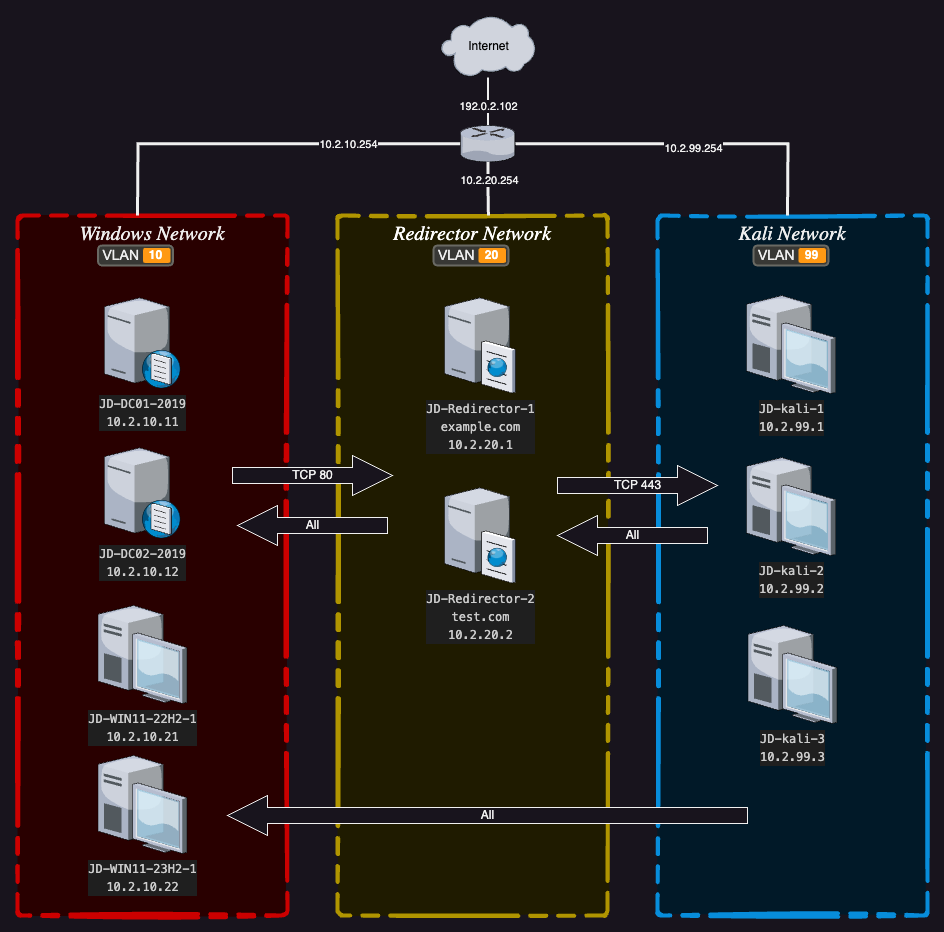
Above: docs/static/img/envs/complex-red-team-network.png in badsectorlabs/ludus (draw.io), before the change. Source tidied: cells renumbered, new cells last; positions are measured from the earlier drawing's top-left corner, leaving out a move shared by most shapes.
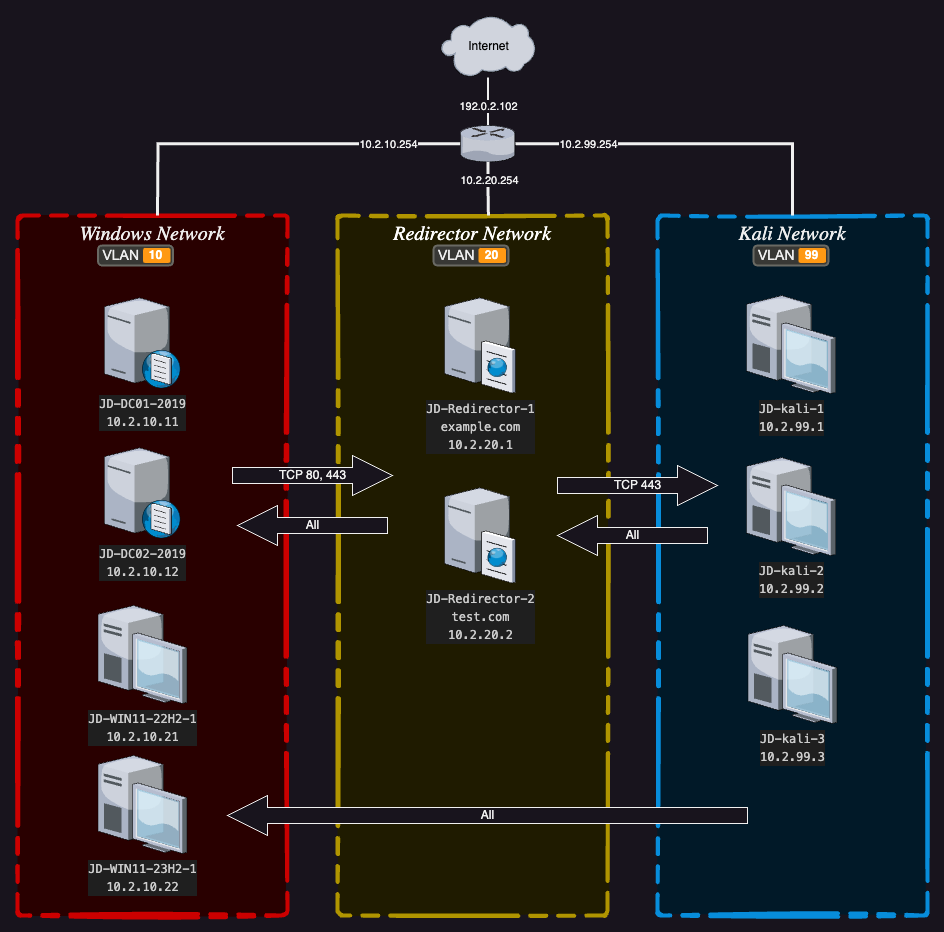
After the commit.

Commit message:
docs: 📚 minor fixup to complex network diagram

What changed in the source:
```diff
@@ -49,12 +49,12 @@
     </mxCell>
     <mxCell id="17" style="edgeStyle=orthogonalEdgeStyle;rounded=0;jettySize=auto;html=1;endArrow=none;endFill=0;strokeWidth=3;elbow=vertical;" parent="1" edge="1" source="29">
       <mxGeometry relative="1" as="geometry">
-        <mxPoint x="120" y="200" as="targetPoint" />
+        <mxPoint x="140" y="200" as="targetPoint" />
       </mxGeometry>
     </mxCell>
     <mxCell id="18" value="10.2.10.254" style="edgeLabel;html=1;align=center;verticalAlign=middle;" parent="17" vertex="1">
       <mxGeometry x="-0.34" y="-1" relative="1" as="geometry">
-        <mxPoint x="16" y="1" as="offset" />
+        <mxPoint x="50" y="1" as="offset" />
       </mxGeometry>
     </mxCell>
     <mxCell id="19" style="edgeStyle=orthogonalEdgeStyle;rounded=0;jettySize=auto;html=1;strokeWidth=2;endArrow=none;endFill=0;" parent="1" edge="1" source="29" target="21">
@@ -80,16 +80,16 @@
     <mxCell id="25" value="TCP 443" style="html=1;shadow=0;dashed=0;align=center;verticalAlign=middle;shape=mxgraph.arrows2.arrow;dy=0.6;dx=40;notch=0;" parent="1" vertex="1">
       <mxGeometry x="540" y="450" width="160" height="40" as="geometry" />
     </mxCell>
-    <mxCell id="26" value="TCP 80" style="html=1;shadow=0;dashed=0;align=center;verticalAlign=middle;shape=mxgraph.arrows2.arrow;dy=0.6;dx=40;notch=0;" parent="1" vertex="1">
+    <mxCell id="26" value="TCP 80, 443" style="html=1;shadow=0;dashed=0;align=center;verticalAlign=middle;shape=mxgraph.arrows2.arrow;dy=0.6;dx=40;notch=0;" parent="1" vertex="1">
       <mxGeometry x="215" y="440" width="160" height="40" as="geometry" />
     </mxCell>
-    <mxCell id="27" style="edgeStyle=orthogonalEdgeStyle;rounded=0;jettySize=auto;html=1;strokeWidth=3;endArrow=none;endFill=0;" parent="1" edge="1" source="29">
-      <mxGeometry relative="1" as="geometry">
-        <mxPoint x="770" y="200" as="targetPoint" />
-      </mxGeometry>
+    <mxCell id="27" style="edgeStyle=orthogonalEdgeStyle;rounded=0;jettySize=auto;html=1;strokeWidth=3;endArrow=none;endFill=0;entryX=0.5;entryY=0;entryDx=0;entryDy=0;" parent="1" edge="1" source="29" target="6">
+      <mxGeometry relative="1" as="geometry" />
     </mxCell>
     <mxCell id="28" value="10.2.99.254" style="edgeLabel;html=1;align=center;verticalAlign=middle;" parent="27" vertex="1">
-      <mxGeometry x="0.03" y="-4" relative="1" as="geometry" />
+      <mxGeometry x="0.03" y="-4" relative="1" as="geometry">
+        <mxPoint x="-107" y="-4" as="offset" />
+      </mxGeometry>
     </mxCell>
     <mxCell id="29" style="verticalLabelPosition=bottom;sketch=0;html=1;verticalAlign=top;strokeColor=none;align=center;outlineConnect=0;shape=mxgraph.citrix.router;" parent="1" vertex="1">
       <mxGeometry x="443" y="110" width="55" height="36.5" as="geometry" />
```
